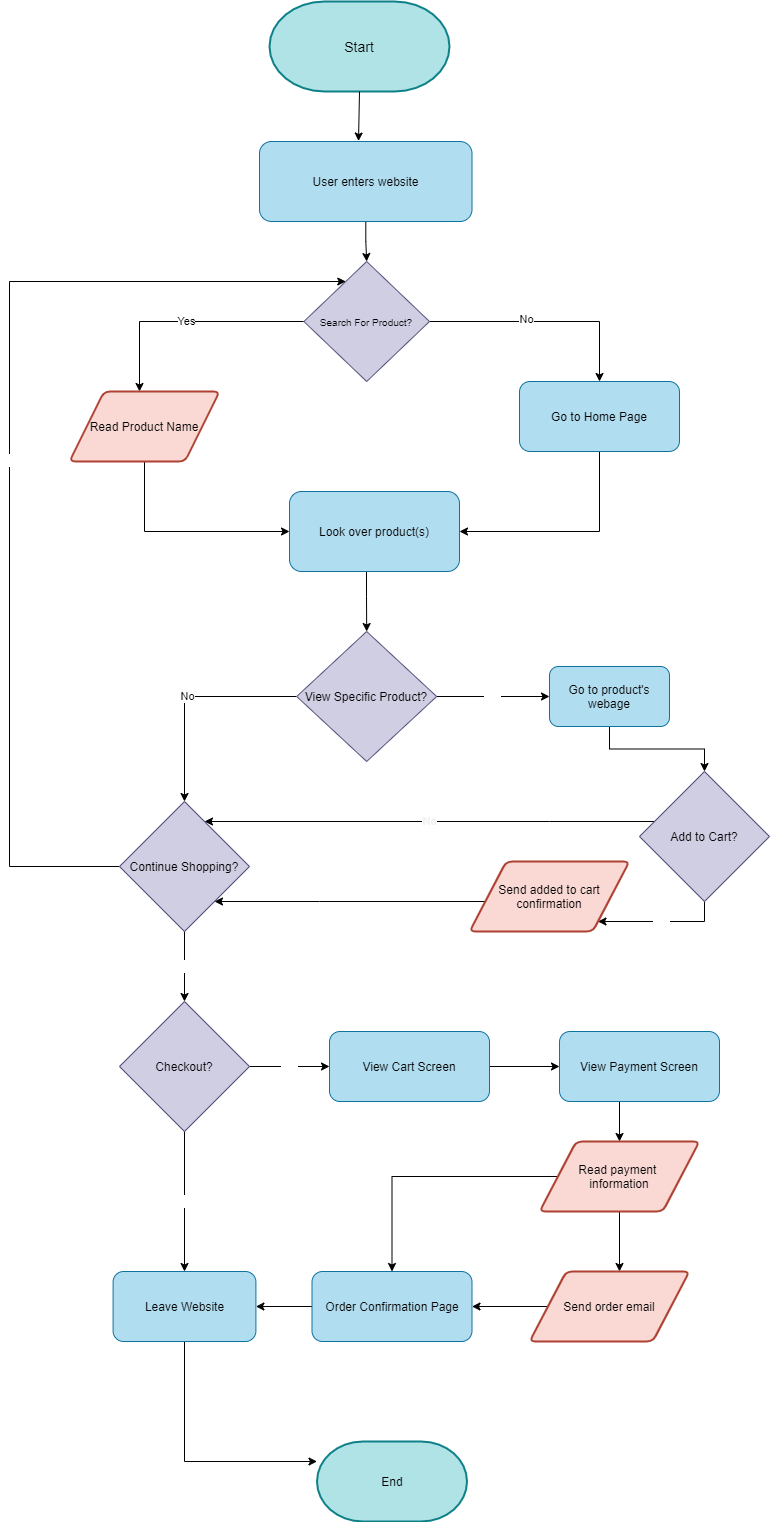
The draw.io diagram part2/part2.drawio.png in asya-balas/sp21-cse110-lab4, before a commit. Source tidied: cells renumbered, new cells last; positions are measured from the earlier drawing's top-left corner, leaving out a move shared by most shapes. Its diagram source:
```xml
<mxGraphModel>
  <root>
    <mxCell id="0" />
    <mxCell id="1" parent="0" />
    <mxCell id="2" value="&lt;font color=&quot;#000000&quot; style=&quot;font-size: 14px&quot;&gt;Start&lt;/font&gt;" style="strokeWidth=2;html=1;shape=mxgraph.flowchart.terminator;whiteSpace=wrap;fillColor=#b0e3e6;strokeColor=#0e8088;" parent="1" vertex="1">
      <mxGeometry x="260" width="180" height="90" as="geometry" />
    </mxCell>
    <mxCell id="3" value="&lt;font color=&quot;#000000&quot;&gt;End&lt;/font&gt;" style="strokeWidth=2;html=1;shape=mxgraph.flowchart.terminator;whiteSpace=wrap;fillColor=#b0e3e6;strokeColor=#0e8088;" parent="1" vertex="1">
      <mxGeometry x="307.5" y="1440" width="150" height="80" as="geometry" />
    </mxCell>
    <mxCell id="4" style="edgeStyle=orthogonalEdgeStyle;rounded=0;jettySize=auto;html=1;" parent="1" edge="1" source="5" target="10">
      <mxGeometry relative="1" as="geometry" />
    </mxCell>
    <mxCell id="5" value="&lt;font color=&quot;#000000&quot;&gt;User enters website&lt;/font&gt;" style="rounded=1;whiteSpace=wrap;html=1;fillColor=#b1ddf0;strokeColor=#10739e;" parent="1" vertex="1">
      <mxGeometry x="250" y="140" width="212.5" height="80" as="geometry" />
    </mxCell>
    <mxCell id="6" style="endArrow=classic;html=1;exitX=0.5;exitY=1;exitDx=0;exitDy=0;exitPerimeter=0;entryX=0.466;entryY=-0.006;entryDx=0;entryDy=0;entryPerimeter=0;" parent="1" edge="1" source="2" target="5">
      <mxGeometry relative="1" as="geometry" />
    </mxCell>
    <mxCell id="7" value="Yes" style="edgeStyle=orthogonalEdgeStyle;rounded=0;jettySize=auto;html=1;" parent="1" edge="1" source="10">
      <mxGeometry relative="1" as="geometry">
        <mxPoint x="130" y="390" as="targetPoint" />
      </mxGeometry>
    </mxCell>
    <mxCell id="8" style="edgeStyle=orthogonalEdgeStyle;rounded=0;jettySize=auto;html=1;" parent="1" edge="1" source="10">
      <mxGeometry relative="1" as="geometry">
        <mxPoint x="590" y="380" as="targetPoint" />
        <Array as="points">
          <mxPoint x="590" y="320" />
          <mxPoint x="590" y="380" />
        </Array>
      </mxGeometry>
    </mxCell>
    <mxCell id="9" value="No" style="edgeLabel;html=1;align=center;verticalAlign=middle;" parent="8" vertex="1">
      <mxGeometry x="-0.17" y="3" relative="1" as="geometry" />
    </mxCell>
    <mxCell id="10" value="&lt;font color=&quot;#000000&quot; size=&quot;1&quot;&gt;Search For Product?&lt;/font&gt;" style="rhombus;whiteSpace=wrap;html=1;fillColor=#d0cee2;strokeColor=#56517e;" parent="1" vertex="1">
      <mxGeometry x="294.4" y="260" width="125.6" height="120" as="geometry" />
    </mxCell>
    <mxCell id="11" style="edgeStyle=orthogonalEdgeStyle;rounded=0;jettySize=auto;html=1;entryX=0;entryY=0.5;entryDx=0;entryDy=0;fontColor=#000000;" parent="1" edge="1" source="12" target="16">
      <mxGeometry relative="1" as="geometry">
        <Array as="points">
          <mxPoint x="135" y="530" />
        </Array>
      </mxGeometry>
    </mxCell>
    <mxCell id="12" value="&lt;font color=&quot;#000000&quot;&gt;Read Product Name&lt;/font&gt;" style="shape=parallelogram;html=1;strokeWidth=2;perimeter=parallelogramPerimeter;whiteSpace=wrap;rounded=1;arcSize=12;size=0.23;fillColor=#fad9d5;strokeColor=#ae4132;" parent="1" vertex="1">
      <mxGeometry x="60" y="390" width="150" height="70" as="geometry" />
    </mxCell>
    <mxCell id="13" style="edgeStyle=orthogonalEdgeStyle;rounded=0;jettySize=auto;html=1;entryX=1;entryY=0.5;entryDx=0;entryDy=0;fontColor=#000000;" parent="1" edge="1" source="14" target="16">
      <mxGeometry relative="1" as="geometry">
        <Array as="points">
          <mxPoint x="590" y="530" />
        </Array>
      </mxGeometry>
    </mxCell>
    <mxCell id="14" value="Go to Home Page" style="rounded=1;whiteSpace=wrap;html=1;fillColor=#b1ddf0;strokeColor=#10739e;fontColor=#000000;" parent="1" vertex="1">
      <mxGeometry x="510" y="380" width="160" height="70" as="geometry" />
    </mxCell>
    <mxCell id="15" style="edgeStyle=orthogonalEdgeStyle;rounded=0;jettySize=auto;html=1;fontColor=#000000;" parent="1" edge="1" target="19">
      <mxGeometry relative="1" as="geometry">
        <mxPoint x="357" y="560" as="sourcePoint" />
      </mxGeometry>
    </mxCell>
    <mxCell id="16" value="Look over product(s)" style="rounded=1;whiteSpace=wrap;html=1;fillColor=#b1ddf0;strokeColor=#10739e;fontColor=#000000;" parent="1" vertex="1">
      <mxGeometry x="280" y="490" width="170" height="80" as="geometry" />
    </mxCell>
    <mxCell id="17" value="Yes" style="edgeStyle=orthogonalEdgeStyle;rounded=0;jettySize=auto;html=1;fontColor=#FFFFFF;" parent="1" edge="1" source="19" target="29">
      <mxGeometry relative="1" as="geometry" />
    </mxCell>
    <mxCell id="18" value="No" style="edgeStyle=orthogonalEdgeStyle;rounded=0;jettySize=auto;html=1;" parent="1" edge="1" source="19" target="25">
      <mxGeometry relative="1" as="geometry" />
    </mxCell>
    <mxCell id="19" value="View Specific Product?" style="rhombus;whiteSpace=wrap;html=1;fillColor=#d0cee2;strokeColor=#56517e;fontColor=#000000;" parent="1" vertex="1">
      <mxGeometry x="287.2" y="630" width="140" height="130" as="geometry" />
    </mxCell>
    <mxCell id="20" value="No" style="edgeStyle=orthogonalEdgeStyle;rounded=0;jettySize=auto;html=1;fontColor=#f0f0f0;" parent="1" edge="1" source="22" target="25">
      <mxGeometry relative="1" as="geometry">
        <Array as="points">
          <mxPoint x="540" y="820" />
          <mxPoint x="540" y="820" />
        </Array>
      </mxGeometry>
    </mxCell>
    <mxCell id="21" value="Yes" style="edgeStyle=orthogonalEdgeStyle;rounded=0;jettySize=auto;html=1;fontColor=#FFFFFF;" parent="1" edge="1" source="22" target="27">
      <mxGeometry relative="1" as="geometry">
        <Array as="points">
          <mxPoint x="695" y="920" />
        </Array>
      </mxGeometry>
    </mxCell>
    <mxCell id="22" value="Add to Cart?" style="rhombus;whiteSpace=wrap;html=1;fillColor=#d0cee2;strokeColor=#56517e;fontColor=#000000;" parent="1" vertex="1">
      <mxGeometry x="630" y="770" width="130" height="130" as="geometry" />
    </mxCell>
    <mxCell id="23" value="Yes" style="edgeStyle=orthogonalEdgeStyle;rounded=0;jettySize=auto;html=1;fontColor=#FFFFFF;" parent="1" edge="1" source="25" target="10">
      <mxGeometry relative="1" as="geometry">
        <Array as="points">
          <mxPoint y="865" />
          <mxPoint y="280" />
        </Array>
      </mxGeometry>
    </mxCell>
    <mxCell id="24" value="Yes" style="edgeStyle=orthogonalEdgeStyle;rounded=0;jettySize=auto;html=1;fontColor=#FFFFFF;entryX=0.5;entryY=0;entryDx=0;entryDy=0;" parent="1" edge="1" source="25" target="32">
      <mxGeometry relative="1" as="geometry">
        <Array as="points">
          <mxPoint x="175" y="1000" />
        </Array>
      </mxGeometry>
    </mxCell>
    <mxCell id="25" value="Continue Shopping?" style="rhombus;whiteSpace=wrap;html=1;fillColor=#d0cee2;strokeColor=#56517e;fontColor=#000000;" parent="1" vertex="1">
      <mxGeometry x="110" y="800" width="130" height="130" as="geometry" />
    </mxCell>
    <mxCell id="26" style="edgeStyle=orthogonalEdgeStyle;rounded=0;jettySize=auto;html=1;fontColor=#FFFFFF;" parent="1" edge="1" source="27" target="25">
      <mxGeometry relative="1" as="geometry">
        <Array as="points">
          <mxPoint x="310" y="900" />
          <mxPoint x="310" y="900" />
        </Array>
      </mxGeometry>
    </mxCell>
    <mxCell id="27" value="Send added to cart confirmation" style="shape=parallelogram;html=1;strokeWidth=2;perimeter=parallelogramPerimeter;whiteSpace=wrap;rounded=1;arcSize=12;size=0.23;fillColor=#fad9d5;strokeColor=#ae4132;fontColor=#000000;" parent="1" vertex="1">
      <mxGeometry x="460" y="860" width="160" height="70" as="geometry" />
    </mxCell>
    <mxCell id="28" style="edgeStyle=orthogonalEdgeStyle;rounded=0;jettySize=auto;html=1;entryX=0.5;entryY=0;entryDx=0;entryDy=0;fontColor=#000000;" parent="1" edge="1" source="29" target="22">
      <mxGeometry relative="1" as="geometry" />
    </mxCell>
    <mxCell id="29" value="Go to product's webage" style="rounded=1;whiteSpace=wrap;html=1;fillColor=#b1ddf0;strokeColor=#10739e;fontColor=#000000;" parent="1" vertex="1">
      <mxGeometry x="540" y="665" width="120" height="60" as="geometry" />
    </mxCell>
    <mxCell id="30" value="No" style="edgeStyle=orthogonalEdgeStyle;rounded=0;jettySize=auto;html=1;fontColor=#FFFFFF;" parent="1" edge="1" source="32" target="34">
      <mxGeometry relative="1" as="geometry" />
    </mxCell>
    <mxCell id="31" value="Yes" style="edgeStyle=orthogonalEdgeStyle;rounded=0;jettySize=auto;html=1;fontColor=#FFFFFF;" parent="1" edge="1" source="32" target="36">
      <mxGeometry relative="1" as="geometry" />
    </mxCell>
    <mxCell id="32" value="Checkout?" style="rhombus;whiteSpace=wrap;html=1;fillColor=#d0cee2;strokeColor=#56517e;fontColor=#000000;" parent="1" vertex="1">
      <mxGeometry x="110" y="1000" width="130" height="130" as="geometry" />
    </mxCell>
    <mxCell id="33" style="edgeStyle=orthogonalEdgeStyle;rounded=0;jettySize=auto;html=1;fontColor=#FFFFFF;" parent="1" edge="1" source="34" target="3">
      <mxGeometry relative="1" as="geometry">
        <Array as="points">
          <mxPoint x="175" y="1460" />
        </Array>
      </mxGeometry>
    </mxCell>
    <mxCell id="34" value="Leave Website" style="rounded=1;whiteSpace=wrap;html=1;fillColor=#b1ddf0;strokeColor=#10739e;fontColor=#000000;" parent="1" vertex="1">
      <mxGeometry x="103.6" y="1270" width="142.8" height="70" as="geometry" />
    </mxCell>
    <mxCell id="35" style="edgeStyle=orthogonalEdgeStyle;rounded=0;jettySize=auto;html=1;fontColor=#FFFFFF;" parent="1" edge="1" source="36" target="38">
      <mxGeometry relative="1" as="geometry" />
    </mxCell>
    <mxCell id="36" value="View Cart Screen" style="rounded=1;whiteSpace=wrap;html=1;fillColor=#b1ddf0;strokeColor=#10739e;fontColor=#000000;" parent="1" vertex="1">
      <mxGeometry x="320" y="1030" width="160" height="70" as="geometry" />
    </mxCell>
    <mxCell id="37" style="edgeStyle=orthogonalEdgeStyle;rounded=0;jettySize=auto;html=1;fontColor=#FFFFFF;exitX=0.416;exitY=1;exitDx=0;exitDy=0;exitPerimeter=0;entryX=0.5;entryY=0;entryDx=0;entryDy=0;" parent="1" edge="1" source="38" target="41">
      <mxGeometry relative="1" as="geometry">
        <Array as="points">
          <mxPoint x="610" y="1100" />
        </Array>
      </mxGeometry>
    </mxCell>
    <mxCell id="38" value="View Payment Screen" style="rounded=1;whiteSpace=wrap;html=1;fillColor=#b1ddf0;strokeColor=#10739e;fontColor=#000000;" parent="1" vertex="1">
      <mxGeometry x="550" y="1030" width="160" height="70" as="geometry" />
    </mxCell>
    <mxCell id="39" style="edgeStyle=orthogonalEdgeStyle;rounded=0;jettySize=auto;html=1;fontColor=#FFFFFF;" parent="1" edge="1" source="41">
      <mxGeometry relative="1" as="geometry">
        <mxPoint x="610" y="1270" as="targetPoint" />
      </mxGeometry>
    </mxCell>
    <mxCell id="40" style="edgeStyle=orthogonalEdgeStyle;rounded=0;jettySize=auto;html=1;fontColor=#FFFFFF;" parent="1" edge="1" source="41" target="43">
      <mxGeometry relative="1" as="geometry" />
    </mxCell>
    <mxCell id="41" value="Read payment &lt;br&gt;information" style="shape=parallelogram;html=1;strokeWidth=2;perimeter=parallelogramPerimeter;whiteSpace=wrap;rounded=1;arcSize=12;size=0.23;fillColor=#fad9d5;strokeColor=#ae4132;fontColor=#000000;" parent="1" vertex="1">
      <mxGeometry x="530" y="1140" width="160" height="70" as="geometry" />
    </mxCell>
    <mxCell id="42" style="edgeStyle=orthogonalEdgeStyle;rounded=0;jettySize=auto;html=1;entryX=1;entryY=0.5;entryDx=0;entryDy=0;fontColor=#FFFFFF;" parent="1" edge="1" source="43" target="34">
      <mxGeometry relative="1" as="geometry" />
    </mxCell>
    <mxCell id="43" value="Order Confirmation Page" style="rounded=1;whiteSpace=wrap;html=1;fillColor=#b1ddf0;strokeColor=#10739e;fontColor=#000000;" parent="1" vertex="1">
      <mxGeometry x="302.5" y="1270" width="160" height="70" as="geometry" />
    </mxCell>
    <mxCell id="44" style="edgeStyle=orthogonalEdgeStyle;rounded=0;jettySize=auto;html=1;entryX=1;entryY=0.5;entryDx=0;entryDy=0;fontColor=#FFFFFF;" parent="1" edge="1" source="45" target="43">
      <mxGeometry relative="1" as="geometry" />
    </mxCell>
    <mxCell id="45" value="Send order email" style="shape=parallelogram;html=1;strokeWidth=2;perimeter=parallelogramPerimeter;whiteSpace=wrap;rounded=1;arcSize=12;size=0.23;fillColor=#fad9d5;strokeColor=#ae4132;fontColor=#000000;" parent="1" vertex="1">
      <mxGeometry x="520" y="1270" width="160" height="70" as="geometry" />
    </mxCell>
  </root>
</mxGraphModel>
```
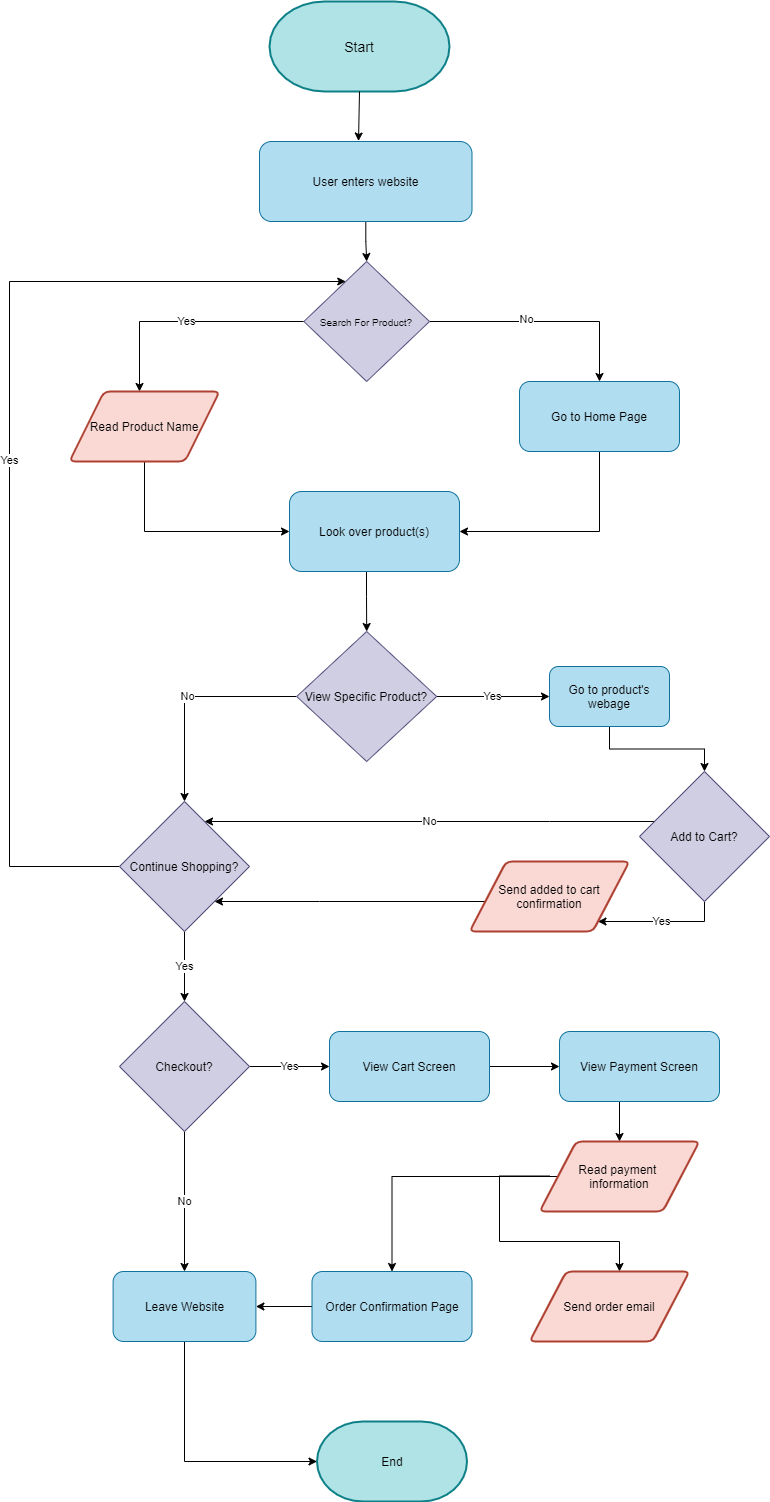
The same file after the commit.

What changed in the source:
```diff
@@ -6,7 +6,7 @@
       <mxGeometry x="260" width="180" height="90" as="geometry" />
     </mxCell>
     <mxCell id="3" value="&lt;font color=&quot;#000000&quot;&gt;End&lt;/font&gt;" style="strokeWidth=2;html=1;shape=mxgraph.flowchart.terminator;whiteSpace=wrap;fillColor=#b0e3e6;strokeColor=#0e8088;" parent="1" vertex="1">
-      <mxGeometry x="307.5" y="1440" width="150" height="80" as="geometry" />
+      <mxGeometry x="307.5" y="1420" width="150" height="80" as="geometry" />
     </mxCell>
     <mxCell id="4" style="edgeStyle=orthogonalEdgeStyle;rounded=0;jettySize=auto;html=1;" parent="1" edge="1" source="5" target="10">
       <mxGeometry relative="1" as="geometry" />
@@ -65,7 +65,7 @@
     <mxCell id="16" value="Look over product(s)" style="rounded=1;whiteSpace=wrap;html=1;fillColor=#b1ddf0;strokeColor=#10739e;fontColor=#000000;" parent="1" vertex="1">
       <mxGeometry x="280" y="490" width="170" height="80" as="geometry" />
     </mxCell>
-    <mxCell id="17" value="Yes" style="edgeStyle=orthogonalEdgeStyle;rounded=0;jettySize=auto;html=1;fontColor=#FFFFFF;" parent="1" edge="1" source="19" target="29">
+    <mxCell id="17" value="Yes" style="edgeStyle=orthogonalEdgeStyle;rounded=0;jettySize=auto;html=1;" parent="1" edge="1" source="19" target="29">
       <mxGeometry relative="1" as="geometry" />
     </mxCell>
     <mxCell id="18" value="No" style="edgeStyle=orthogonalEdgeStyle;rounded=0;jettySize=auto;html=1;" parent="1" edge="1" source="19" target="25">
@@ -74,7 +74,7 @@
     <mxCell id="19" value="View Specific Product?" style="rhombus;whiteSpace=wrap;html=1;fillColor=#d0cee2;strokeColor=#56517e;fontColor=#000000;" parent="1" vertex="1">
       <mxGeometry x="287.2" y="630" width="140" height="130" as="geometry" />
     </mxCell>
-    <mxCell id="20" value="No" style="edgeStyle=orthogonalEdgeStyle;rounded=0;jettySize=auto;html=1;fontColor=#f0f0f0;" parent="1" edge="1" source="22" target="25">
+    <mxCell id="20" value="No" style="edgeStyle=orthogonalEdgeStyle;rounded=0;jettySize=auto;html=1;" parent="1" edge="1" source="22" target="25">
       <mxGeometry relative="1" as="geometry">
         <Array as="points">
           <mxPoint x="540" y="820" />
@@ -82,7 +82,7 @@
         </Array>
       </mxGeometry>
     </mxCell>
-    <mxCell id="21" value="Yes" style="edgeStyle=orthogonalEdgeStyle;rounded=0;jettySize=auto;html=1;fontColor=#FFFFFF;" parent="1" edge="1" source="22" target="27">
+    <mxCell id="21" value="Yes" style="edgeStyle=orthogonalEdgeStyle;rounded=0;jettySize=auto;html=1;" parent="1" edge="1" source="22" target="27">
       <mxGeometry relative="1" as="geometry">
         <Array as="points">
           <mxPoint x="695" y="920" />
@@ -92,7 +92,7 @@
     <mxCell id="22" value="Add to Cart?" style="rhombus;whiteSpace=wrap;html=1;fillColor=#d0cee2;strokeColor=#56517e;fontColor=#000000;" parent="1" vertex="1">
       <mxGeometry x="630" y="770" width="130" height="130" as="geometry" />
     </mxCell>
-    <mxCell id="23" value="Yes" style="edgeStyle=orthogonalEdgeStyle;rounded=0;jettySize=auto;html=1;fontColor=#FFFFFF;" parent="1" edge="1" source="25" target="10">
+    <mxCell id="23" value="Yes" style="edgeStyle=orthogonalEdgeStyle;rounded=0;jettySize=auto;html=1;" parent="1" edge="1" source="25" target="10">
       <mxGeometry relative="1" as="geometry">
         <Array as="points">
           <mxPoint y="865" />
@@ -100,7 +100,7 @@
         </Array>
       </mxGeometry>
     </mxCell>
-    <mxCell id="24" value="Yes" style="edgeStyle=orthogonalEdgeStyle;rounded=0;jettySize=auto;html=1;fontColor=#FFFFFF;entryX=0.5;entryY=0;entryDx=0;entryDy=0;" parent="1" edge="1" source="25" target="32">
+    <mxCell id="24" value="Yes" style="edgeStyle=orthogonalEdgeStyle;rounded=0;jettySize=auto;html=1;entryX=0.5;entryY=0;entryDx=0;entryDy=0;" parent="1" edge="1" source="25" target="32">
       <mxGeometry relative="1" as="geometry">
         <Array as="points">
           <mxPoint x="175" y="1000" />
@@ -127,10 +127,10 @@
     <mxCell id="29" value="Go to product's webage" style="rounded=1;whiteSpace=wrap;html=1;fillColor=#b1ddf0;strokeColor=#10739e;fontColor=#000000;" parent="1" vertex="1">
       <mxGeometry x="540" y="665" width="120" height="60" as="geometry" />
     </mxCell>
-    <mxCell id="30" value="No" style="edgeStyle=orthogonalEdgeStyle;rounded=0;jettySize=auto;html=1;fontColor=#FFFFFF;" parent="1" edge="1" source="32" target="34">
+    <mxCell id="30" value="No" style="edgeStyle=orthogonalEdgeStyle;rounded=0;jettySize=auto;html=1;" parent="1" edge="1" source="32" target="34">
       <mxGeometry relative="1" as="geometry" />
     </mxCell>
-    <mxCell id="31" value="Yes" style="edgeStyle=orthogonalEdgeStyle;rounded=0;jettySize=auto;html=1;fontColor=#FFFFFF;" parent="1" edge="1" source="32" target="36">
+    <mxCell id="31" value="Yes" style="edgeStyle=orthogonalEdgeStyle;rounded=0;jettySize=auto;html=1;" parent="1" edge="1" source="32" target="36">
       <mxGeometry relative="1" as="geometry" />
     </mxCell>
     <mxCell id="32" value="Checkout?" style="rhombus;whiteSpace=wrap;html=1;fillColor=#d0cee2;strokeColor=#56517e;fontColor=#000000;" parent="1" vertex="1">
@@ -162,9 +162,14 @@
     <mxCell id="38" value="View Payment Screen" style="rounded=1;whiteSpace=wrap;html=1;fillColor=#b1ddf0;strokeColor=#10739e;fontColor=#000000;" parent="1" vertex="1">
       <mxGeometry x="550" y="1030" width="160" height="70" as="geometry" />
     </mxCell>
-    <mxCell id="39" style="edgeStyle=orthogonalEdgeStyle;rounded=0;jettySize=auto;html=1;fontColor=#FFFFFF;" parent="1" edge="1" source="41">
+    <mxCell id="39" style="edgeStyle=orthogonalEdgeStyle;rounded=0;jettySize=auto;html=1;fontColor=#FFFFFF;exitX=0.063;exitY=0.493;exitDx=0;exitDy=0;exitPerimeter=0;" parent="1" edge="1" source="41">
       <mxGeometry relative="1" as="geometry">
         <mxPoint x="610" y="1270" as="targetPoint" />
+        <Array as="points">
+          <mxPoint x="490" y="1175" />
+          <mxPoint x="490" y="1240" />
+          <mxPoint x="610" y="1240" />
+        </Array>
       </mxGeometry>
     </mxCell>
     <mxCell id="40" style="edgeStyle=orthogonalEdgeStyle;rounded=0;jettySize=auto;html=1;fontColor=#FFFFFF;" parent="1" edge="1" source="41" target="43">
@@ -179,9 +184,6 @@
     <mxCell id="43" value="Order Confirmation Page" style="rounded=1;whiteSpace=wrap;html=1;fillColor=#b1ddf0;strokeColor=#10739e;fontColor=#000000;" parent="1" vertex="1">
       <mxGeometry x="302.5" y="1270" width="160" height="70" as="geometry" />
     </mxCell>
-    <mxCell id="44" style="edgeStyle=orthogonalEdgeStyle;rounded=0;jettySize=auto;html=1;entryX=1;entryY=0.5;entryDx=0;entryDy=0;fontColor=#FFFFFF;" parent="1" edge="1" source="45" target="43">
-      <mxGeometry relative="1" as="geometry" />
-    </mxCell>
     <mxCell id="45" value="Send order email" style="shape=parallelogram;html=1;strokeWidth=2;perimeter=parallelogramPerimeter;whiteSpace=wrap;rounded=1;arcSize=12;size=0.23;fillColor=#fad9d5;strokeColor=#ae4132;fontColor=#000000;" parent="1" vertex="1">
       <mxGeometry x="520" y="1270" width="160" height="70" as="geometry" />
     </mxCell>
```
